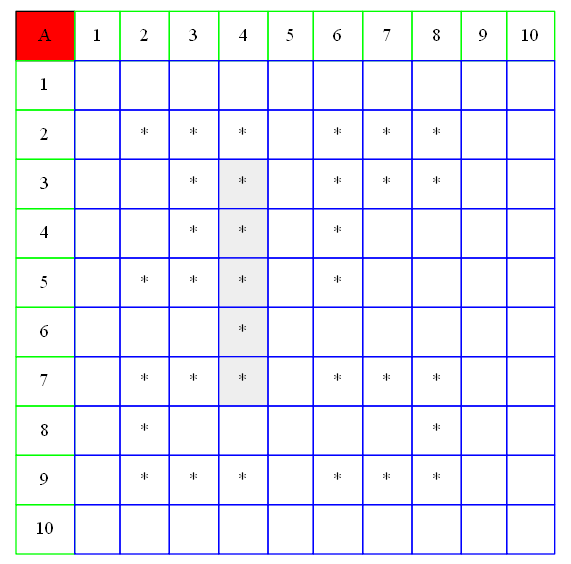
AbidelLux/Proyecto02_1S2021IPC2_JAMES keeps this Graphviz diagram as Resultado.dot.png. Above is the earlier version. Its source is kept beside it as Resultado.dot. The source it was exported from:
```dot
digraph {
	tbl [
	size="4,4"
	shape=plaintext
	label=<

		<table border="0" color="green" cellpadding="10" cellborder="1" cellspacing="0">
	<tr><td bgcolor = "red" color="black"> A </td><td color="green">1</td><td color="green">2</td><td color="green">3</td><td color="green">4</td><td color="green">5</td><td color="green">6</td><td color="green">7</td><td color="green">8</td><td color="green">9</td><td color="green">10</td></tr>
			<tr><td color="green"> 1 </td><td color="blue">   </td><td color="blue">   </td><td color="blue">   </td><td color="blue">   </td><td color="blue">   </td><td color="blue">   </td><td color="blue">   </td><td color="blue">   </td><td color="blue">   </td><td color="blue">   </td></tr>
			<tr><td color="green"> 2 </td><td color="blue">   </td><td color="blue"> * </td><td color="blue"> * </td><td color="blue"> * </td><td color="blue">   </td><td color="blue"> * </td><td color="blue"> * </td><td color="blue"> * </td><td color="blue">   </td><td color="blue">   </td></tr>
			<tr><td color="green"> 3 </td><td color="blue">   </td><td color="blue">   </td><td color="blue"> * </td><td color="blue" bgcolor="#eeeeee"> * </td><td color="blue">   </td><td color="blue"> * </td><td color="blue"> * </td><td color="blue"> * </td><td color="blue">   </td><td color="blue">   </td></tr>
			<tr><td color="green"> 4 </td><td color="blue">   </td><td color="blue">   </td><td color="blue"> * </td><td color="blue" bgcolor="#eeeeee"> * </td><td color="blue">   </td><td color="blue"> * </td><td color="blue">   </td><td color="blue">   </td><td color="blue">   </td><td color="blue">   </td></tr>
			<tr><td color="green"> 5 </td><td color="blue">   </td><td color="blue"> * </td><td color="blue"> * </td><td color="blue" bgcolor="#eeeeee"> * </td><td color="blue">   </td><td color="blue"> * </td><td color="blue">   </td><td color="blue">   </td><td color="blue">   </td><td color="blue">   </td></tr>
			<tr><td color="green"> 6 </td><td color="blue">   </td><td color="blue">   </td><td color="blue">   </td><td color="blue" bgcolor="#eeeeee"> * </td><td color="blue">   </td><td color="blue">   </td><td color="blue">   </td><td color="blue">   </td><td color="blue">   </td><td color="blue">   </td></tr>
			<tr><td color="green"> 7 </td><td color="blue">   </td><td color="blue"> * </td><td color="blue"> * </td><td color="blue" bgcolor="#eeeeee"> * </td><td color="blue">   </td><td color="blue"> * </td><td color="blue"> * </td><td color="blue"> * </td><td color="blue">   </td><td color="blue">   </td></tr>
			<tr><td color="green"> 8 </td><td color="blue">   </td><td color="blue"> * </td><td color="blue">   </td><td color="blue">   </td><td color="blue">   </td><td color="blue">   </td><td color="blue">   </td><td color="blue"> * </td><td color="blue">   </td><td color="blue">   </td></tr>
			<tr><td color="green"> 9 </td><td color="blue">   </td><td color="blue"> * </td><td color="blue"> * </td><td color="blue"> * </td><td color="blue">   </td><td color="blue"> * </td><td color="blue"> * </td><td color="blue"> * </td><td color="blue">   </td><td color="blue">   </td></tr>
			<tr><td color="green"> 10 </td><td color="blue">   </td><td color="blue">   </td><td color="blue">   </td><td color="blue">   </td><td color="blue">   </td><td color="blue">   </td><td color="blue">   </td><td color="blue">   </td><td color="blue">   </td><td color="blue">   </td></tr>
			</table>
		>];
}
```
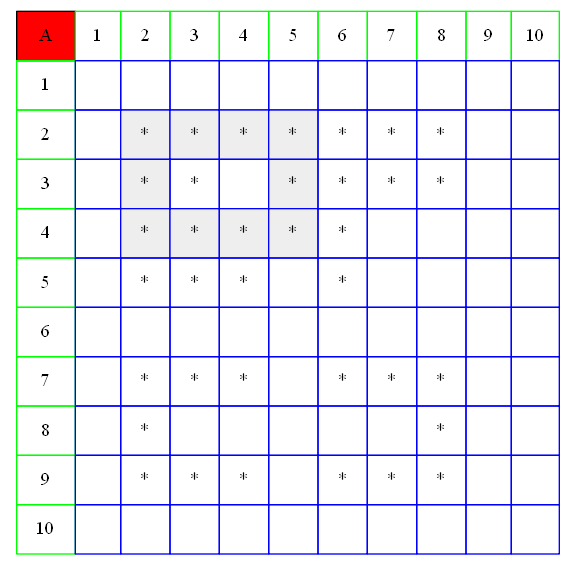
After the commit.

What changed in the source:
```diff
@@ -7,12 +7,12 @@
 		<table border="0" color="green" cellpadding="10" cellborder="1" cellspacing="0">
 	<tr><td bgcolor = "red" color="black"> A </td><td color="green">1</td><td color="green">2</td><td color="green">3</td><td color="green">4</td><td color="green">5</td><td color="green">6</td><td color="green">7</td><td color="green">8</td><td color="green">9</td><td color="green">10</td></tr>
 			<tr><td color="green"> 1 </td><td color="blue">   </td><td color="blue">   </td><td color="blue">   </td><td color="blue">   </td><td color="blue">   </td><td color="blue">   </td><td color="blue">   </td><td color="blue">   </td><td color="blue">   </td><td color="blue">   </td></tr>
-			<tr><td color="green"> 2 </td><td color="blue">   </td><td color="blue"> * </td><td color="blue"> * </td><td color="blue"> * </td><td color="blue">   </td><td color="blue"> * </td><td color="blue"> * </td><td color="blue"> * </td><td color="blue">   </td><td color="blue">   </td></tr>
-			<tr><td color="green"> 3 </td><td color="blue">   </td><td color="blue">   </td><td color="blue"> * </td><td color="blue" bgcolor="#eeeeee"> * </td><td color="blue">   </td><td color="blue"> * </td><td color="blue"> * </td><td color="blue"> * </td><td color="blue">   </td><td color="blue">   </td></tr>
-			<tr><td color="green"> 4 </td><td color="blue">   </td><td color="blue">   </td><td color="blue"> * </td><td color="blue" bgcolor="#eeeeee"> * </td><td color="blue">   </td><td color="blue"> * </td><td color="blue">   </td><td color="blue">   </td><td color="blue">   </td><td color="blue">   </td></tr>
-			<tr><td color="green"> 5 </td><td color="blue">   </td><td color="blue"> * </td><td color="blue"> * </td><td color="blue" bgcolor="#eeeeee"> * </td><td color="blue">   </td><td color="blue"> * </td><td color="blue">   </td><td color="blue">   </td><td color="blue">   </td><td color="blue">   </td></tr>
-			<tr><td color="green"> 6 </td><td color="blue">   </td><td color="blue">   </td><td color="blue">   </td><td color="blue" bgcolor="#eeeeee"> * </td><td color="blue">   </td><td color="blue">   </td><td color="blue">   </td><td color="blue">   </td><td color="blue">   </td><td color="blue">   </td></tr>
-			<tr><td color="green"> 7 </td><td color="blue">   </td><td color="blue"> * </td><td color="blue"> * </td><td color="blue" bgcolor="#eeeeee"> * </td><td color="blue">   </td><td color="blue"> * </td><td color="blue"> * </td><td color="blue"> * </td><td color="blue">   </td><td color="blue">   </td></tr>
+			<tr><td color="green"> 2 </td><td color="blue">   </td><td color="blue" bgcolor="#eeeeee"> * </td><td color="blue" bgcolor="#eeeeee"> * </td><td color="blue" bgcolor="#eeeeee"> * </td><td color="blue" bgcolor="#eeeeee"> * </td><td color="blue"> * </td><td color="blue"> * </td><td color="blue"> * </td><td color="blue">   </td><td color="blue">   </td></tr>
+			<tr><td color="green"> 3 </td><td color="blue">   </td><td color="blue" bgcolor="#eeeeee"> * </td><td color="blue"> * </td><td color="blue">   </td><td color="blue" bgcolor="#eeeeee"> * </td><td color="blue"> * </td><td color="blue"> * </td><td color="blue"> * </td><td color="blue">   </td><td color="blue">   </td></tr>
+			<tr><td color="green"> 4 </td><td color="blue">   </td><td color="blue" bgcolor="#eeeeee"> * </td><td color="blue" bgcolor="#eeeeee"> * </td><td color="blue" bgcolor="#eeeeee"> * </td><td color="blue" bgcolor="#eeeeee"> * </td><td color="blue"> * </td><td color="blue">   </td><td color="blue">   </td><td color="blue">   </td><td color="blue">   </td></tr>
+			<tr><td color="green"> 5 </td><td color="blue">   </td><td color="blue"> * </td><td color="blue"> * </td><td color="blue"> * </td><td color="blue">   </td><td color="blue"> * </td><td color="blue">   </td><td color="blue">   </td><td color="blue">   </td><td color="blue">   </td></tr>
+			<tr><td color="green"> 6 </td><td color="blue">   </td><td color="blue">   </td><td color="blue">   </td><td color="blue">   </td><td color="blue">   </td><td color="blue">   </td><td color="blue">   </td><td color="blue">   </td><td color="blue">   </td><td color="blue">   </td></tr>
+			<tr><td color="green"> 7 </td><td color="blue">   </td><td color="blue"> * </td><td color="blue"> * </td><td color="blue"> * </td><td color="blue">   </td><td color="blue"> * </td><td color="blue"> * </td><td color="blue"> * </td><td color="blue">   </td><td color="blue">   </td></tr>
 			<tr><td color="green"> 8 </td><td color="blue">   </td><td color="blue"> * </td><td color="blue">   </td><td color="blue">   </td><td color="blue">   </td><td color="blue">   </td><td color="blue">   </td><td color="blue"> * </td><td color="blue">   </td><td color="blue">   </td></tr>
 			<tr><td color="green"> 9 </td><td color="blue">   </td><td color="blue"> * </td><td color="blue"> * </td><td color="blue"> * </td><td color="blue">   </td><td color="blue"> * </td><td color="blue"> * </td><td color="blue"> * </td><td color="blue">   </td><td color="blue">   </td></tr>
 			<tr><td color="green"> 10 </td><td color="blue">   </td><td color="blue">   </td><td color="blue">   </td><td color="blue">   </td><td color="blue">   </td><td color="blue">   </td><td color="blue">   </td><td color="blue">   </td><td color="blue">   </td><td color="blue">   </td></tr>
```
